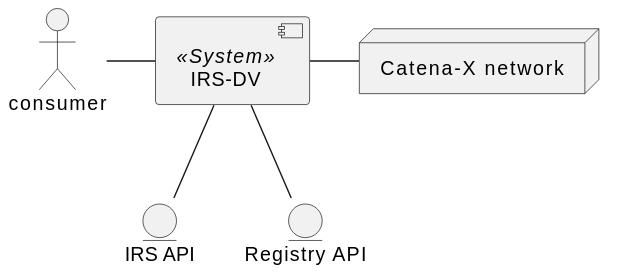
Before: docs/images/puml-svg/technical-context.svg, a diagram exported from PlantUML (zlalvani/product-item-relationship-service-frontend). Source of this version:
```plantuml
@startuml
consumer as user
component "IRS-DV" as irsdv << System >>
node "Catena-X network" as catenaX
entity "IRS API" as api
entity "Registry API" as regAPI

user - irsdv
irsdv -- api
irsdv -- regAPI
irsdv - catenaX
@enduml
```
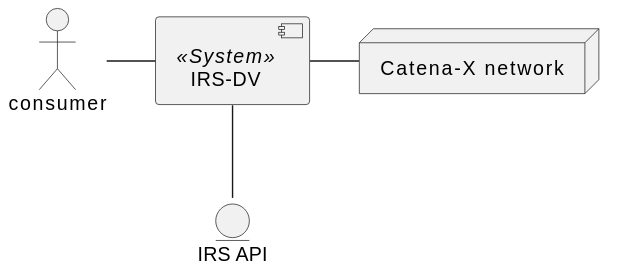
The same diagram one commit later.

The edit, as a diff of the source:
```diff
@@ -3,10 +3,8 @@
 component "IRS-DV" as irsdv << System >>
 node "Catena-X network" as catenaX
 entity "IRS API" as api
-entity "Registry API" as regAPI
 
 user - irsdv
 irsdv -- api
-irsdv -- regAPI
 irsdv - catenaX
 @enduml
```
